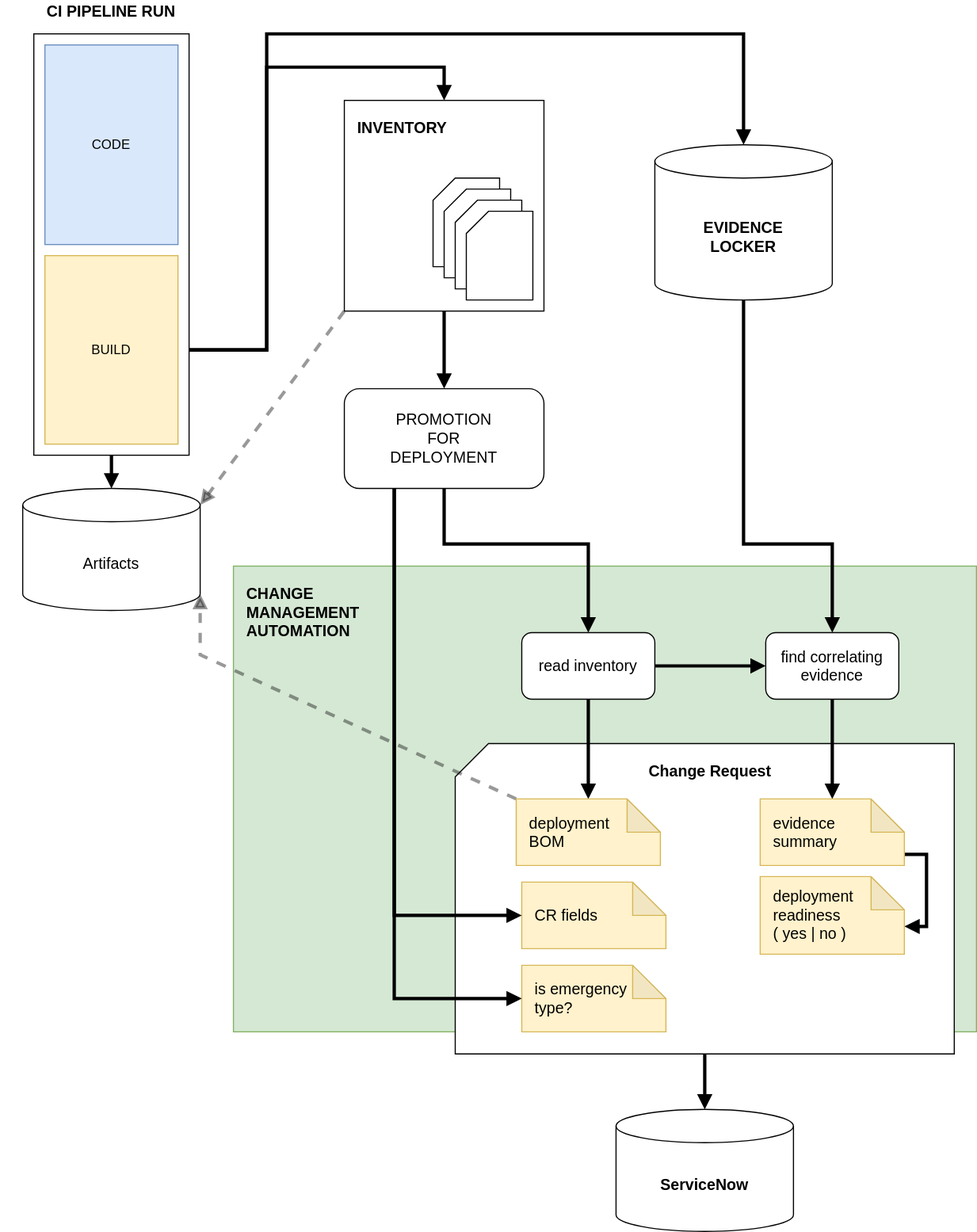
Before: images/data-flow.svg, a diagram exported from draw.io (ibm-cloud-docs/ContinuousDelivery). Source tidied: cells renumbered, new cells last; positions are measured from the earlier drawing's top-left corner, leaving out a move shared by most shapes. The source it was exported from:
```xml
<mxGraphModel>
  <root>
    <mxCell id="0" />
    <mxCell id="1" parent="0" />
    <mxCell id="2" value="CHANGE&lt;br&gt;MANAGEMENT&lt;br&gt;AUTOMATION" style="rounded=0;whiteSpace=wrap;html=1;fontSize=14;fontStyle=1;align=left;verticalAlign=top;spacingTop=10;spacingLeft=10;spacingRight=10;spacingBottom=10;fillColor=#d5e8d4;strokeColor=#82b366;" parent="1" vertex="1">
      <mxGeometry x="210" y="510" width="670" height="420" as="geometry" />
    </mxCell>
    <mxCell id="3" style="edgeStyle=orthogonalEdgeStyle;rounded=0;jettySize=auto;html=1;exitX=0.5;exitY=1;exitDx=0;exitDy=0;exitPerimeter=0;entryX=0.5;entryY=0;entryDx=0;entryDy=0;entryPerimeter=0;endArrow=block;endFill=1;strokeWidth=3;fontSize=14;" parent="1" edge="1" source="4" target="38">
      <mxGeometry relative="1" as="geometry" />
    </mxCell>
    <mxCell id="4" value="Change Request" style="shape=card;whiteSpace=wrap;html=1;fontSize=14;align=center;verticalAlign=top;spacingTop=10;spacingLeft=10;fontStyle=1;" parent="1" vertex="1">
      <mxGeometry x="410" y="670" width="450" height="280" as="geometry" />
    </mxCell>
    <mxCell id="5" style="edgeStyle=orthogonalEdgeStyle;rounded=0;jettySize=auto;html=1;exitX=1;exitY=0.75;exitDx=0;exitDy=0;entryX=0.5;entryY=0;entryDx=0;entryDy=0;entryPerimeter=0;fontSize=14;strokeWidth=3;endArrow=block;endFill=1;" parent="1" edge="1" source="8" target="12">
      <mxGeometry relative="1" as="geometry">
        <Array as="points">
          <mxPoint x="240" y="315" />
          <mxPoint x="240" y="30" />
          <mxPoint x="670" y="30" />
        </Array>
      </mxGeometry>
    </mxCell>
    <mxCell id="6" style="edgeStyle=orthogonalEdgeStyle;rounded=0;jettySize=auto;html=1;exitX=1;exitY=0.75;exitDx=0;exitDy=0;entryX=0.5;entryY=0;entryDx=0;entryDy=0;fontSize=14;strokeWidth=3;endArrow=block;endFill=1;" parent="1" edge="1" source="8" target="14">
      <mxGeometry relative="1" as="geometry">
        <Array as="points">
          <mxPoint x="240" y="315" />
          <mxPoint x="240" y="60" />
          <mxPoint x="400" y="60" />
        </Array>
      </mxGeometry>
    </mxCell>
    <mxCell id="7" style="edgeStyle=orthogonalEdgeStyle;rounded=0;jettySize=auto;html=1;exitX=0.5;exitY=1;exitDx=0;exitDy=0;entryX=0.5;entryY=0;entryDx=0;entryDy=0;entryPerimeter=0;endArrow=block;endFill=1;strokeWidth=3;fontSize=14;" parent="1" edge="1" source="8" target="30">
      <mxGeometry relative="1" as="geometry" />
    </mxCell>
    <mxCell id="8" style="rounded=0;whiteSpace=wrap;html=1;" parent="1" vertex="1">
      <mxGeometry x="30" y="30" width="140" height="380" as="geometry" />
    </mxCell>
    <mxCell id="9" value="CODE" style="rounded=0;whiteSpace=wrap;html=1;fillColor=#dae8fc;strokeColor=#6c8ebf;" parent="1" vertex="1">
      <mxGeometry x="40" y="40" width="120" height="180" as="geometry" />
    </mxCell>
    <mxCell id="10" value="BUILD" style="rounded=0;whiteSpace=wrap;html=1;fillColor=#fff2cc;strokeColor=#d6b656;" parent="1" vertex="1">
      <mxGeometry x="40" y="230" width="120" height="170" as="geometry" />
    </mxCell>
    <mxCell id="11" style="edgeStyle=orthogonalEdgeStyle;rounded=0;jettySize=auto;html=1;exitX=0.5;exitY=1;exitDx=0;exitDy=0;exitPerimeter=0;entryX=0.5;entryY=0;entryDx=0;entryDy=0;fontSize=14;strokeWidth=3;endArrow=block;endFill=1;" parent="1" edge="1" source="12" target="25">
      <mxGeometry relative="1" as="geometry">
        <Array as="points">
          <mxPoint x="670" y="490" />
          <mxPoint x="750" y="490" />
        </Array>
      </mxGeometry>
    </mxCell>
    <mxCell id="12" value="EVIDENCE&lt;br style=&quot;font-size: 14px;&quot;&gt;LOCKER" style="shape=cylinder3;whiteSpace=wrap;html=1;boundedLbl=1;backgroundOutline=1;size=15;fontSize=14;fontStyle=1;" parent="1" vertex="1">
      <mxGeometry x="590" y="130" width="160" height="140" as="geometry" />
    </mxCell>
    <mxCell id="13" style="group;" parent="1" vertex="1">
      <mxGeometry x="310" y="90" width="180" height="190" as="geometry" />
    </mxCell>
    <mxCell id="14" value="INVENTORY" style="rounded=0;whiteSpace=wrap;html=1;verticalAlign=top;align=left;spacingTop=10;spacingLeft=10;spacingRight=10;spacingBottom=10;fontStyle=1;fontSize=14;" parent="13" vertex="1">
      <mxGeometry width="180" height="190" as="geometry" />
    </mxCell>
    <mxCell id="15" style="shape=card;whiteSpace=wrap;html=1;size=20;" parent="13" vertex="1">
      <mxGeometry x="80" y="70" width="60" height="80" as="geometry" />
    </mxCell>
    <mxCell id="16" style="shape=card;whiteSpace=wrap;html=1;size=20;" parent="13" vertex="1">
      <mxGeometry x="90" y="80" width="60" height="80" as="geometry" />
    </mxCell>
    <mxCell id="17" style="shape=card;whiteSpace=wrap;html=1;size=20;" parent="13" vertex="1">
      <mxGeometry x="100" y="90" width="60" height="80" as="geometry" />
    </mxCell>
    <mxCell id="18" style="shape=card;whiteSpace=wrap;html=1;size=20;" parent="13" vertex="1">
      <mxGeometry x="110" y="100" width="60" height="80" as="geometry" />
    </mxCell>
    <mxCell id="19" value="CI PIPELINE RUN" style="text;html=1;strokeColor=none;fillColor=none;align=center;verticalAlign=middle;whiteSpace=wrap;rounded=0;fontSize=14;fontStyle=1;" parent="1" vertex="1">
      <mxGeometry width="200" height="20" as="geometry" />
    </mxCell>
    <mxCell id="20" style="edgeStyle=orthogonalEdgeStyle;rounded=0;jettySize=auto;html=1;exitX=1;exitY=0.5;exitDx=0;exitDy=0;entryX=0;entryY=0.5;entryDx=0;entryDy=0;endArrow=block;endFill=1;strokeWidth=3;fontSize=14;" parent="1" edge="1" source="22" target="25">
      <mxGeometry relative="1" as="geometry" />
    </mxCell>
    <mxCell id="21" style="edgeStyle=orthogonalEdgeStyle;rounded=0;jettySize=auto;html=1;exitX=0.5;exitY=1;exitDx=0;exitDy=0;entryX=0.5;entryY=0;entryDx=0;entryDy=0;entryPerimeter=0;endArrow=block;endFill=1;strokeWidth=3;fontSize=14;" parent="1" edge="1" source="22" target="27">
      <mxGeometry relative="1" as="geometry" />
    </mxCell>
    <mxCell id="22" value="read inventory" style="rounded=1;whiteSpace=wrap;html=1;fontSize=14;align=center;" parent="1" vertex="1">
      <mxGeometry x="470" y="570" width="120" height="60" as="geometry" />
    </mxCell>
    <mxCell id="23" style="edgeStyle=orthogonalEdgeStyle;rounded=0;jettySize=auto;html=1;exitX=0.5;exitY=1;exitDx=0;exitDy=0;entryX=0.5;entryY=0;entryDx=0;entryDy=0;fontSize=14;strokeWidth=3;endArrow=block;endFill=1;" parent="1" edge="1" source="37" target="22">
      <mxGeometry relative="1" as="geometry">
        <Array as="points">
          <mxPoint x="400" y="490" />
          <mxPoint x="530" y="490" />
        </Array>
      </mxGeometry>
    </mxCell>
    <mxCell id="24" style="edgeStyle=orthogonalEdgeStyle;rounded=0;jettySize=auto;html=1;exitX=0.5;exitY=1;exitDx=0;exitDy=0;entryX=0.5;entryY=0;entryDx=0;entryDy=0;entryPerimeter=0;endArrow=block;endFill=1;strokeWidth=3;fontSize=14;" parent="1" edge="1" source="25" target="29">
      <mxGeometry relative="1" as="geometry" />
    </mxCell>
    <mxCell id="25" value="find correlating evidence" style="rounded=1;whiteSpace=wrap;html=1;fontSize=14;align=center;" parent="1" vertex="1">
      <mxGeometry x="690" y="570" width="120" height="60" as="geometry" />
    </mxCell>
    <mxCell id="26" style="edgeStyle=none;rounded=0;jettySize=auto;html=1;exitX=0;exitY=0;exitDx=0;exitDy=0;exitPerimeter=0;entryX=1;entryY=1;entryDx=0;entryDy=-15;entryPerimeter=0;dashed=1;endArrow=block;endFill=1;strokeWidth=3;fontSize=14;opacity=40;" parent="1" edge="1" source="27" target="30">
      <mxGeometry relative="1" as="geometry">
        <Array as="points">
          <mxPoint x="180" y="590" />
        </Array>
      </mxGeometry>
    </mxCell>
    <mxCell id="27" value="deployment&lt;br&gt;BOM" style="shape=note;whiteSpace=wrap;html=1;backgroundOutline=1;darkOpacity=0.05;fontSize=14;align=left;spacingLeft=10;fillColor=#fff2cc;strokeColor=#d6b656;" parent="1" vertex="1">
      <mxGeometry x="465" y="720" width="130" height="60" as="geometry" />
    </mxCell>
    <mxCell id="28" style="edgeStyle=orthogonalEdgeStyle;rounded=0;jettySize=auto;html=1;exitX=0;exitY=0;exitDx=130;exitDy=50;exitPerimeter=0;entryX=0;entryY=0;entryDx=130;entryDy=45;entryPerimeter=0;endArrow=block;endFill=1;strokeWidth=3;fontSize=14;" parent="1" edge="1" source="29" target="31">
      <mxGeometry relative="1" as="geometry" />
    </mxCell>
    <mxCell id="29" value="evidence&lt;br&gt;summary" style="shape=note;whiteSpace=wrap;html=1;backgroundOutline=1;darkOpacity=0.05;fontSize=14;align=left;spacingLeft=10;fillColor=#fff2cc;strokeColor=#d6b656;" parent="1" vertex="1">
      <mxGeometry x="685" y="720" width="130" height="60" as="geometry" />
    </mxCell>
    <mxCell id="30" value="Artifacts" style="shape=cylinder3;whiteSpace=wrap;html=1;boundedLbl=1;backgroundOutline=1;size=15;fontSize=14;align=center;" parent="1" vertex="1">
      <mxGeometry x="20" y="440" width="160" height="110" as="geometry" />
    </mxCell>
    <mxCell id="31" value="deployment&lt;br&gt;readiness &lt;br&gt;( yes | no )" style="shape=note;whiteSpace=wrap;html=1;backgroundOutline=1;darkOpacity=0.05;fontSize=14;align=left;spacingLeft=10;fillColor=#fff2cc;strokeColor=#d6b656;" parent="1" vertex="1">
      <mxGeometry x="685" y="790" width="130" height="70" as="geometry" />
    </mxCell>
    <mxCell id="32" style="edgeStyle=orthogonalEdgeStyle;rounded=0;jettySize=auto;html=1;exitX=0.5;exitY=1;exitDx=0;exitDy=0;entryX=0.5;entryY=0;entryDx=0;entryDy=0;fontSize=14;strokeWidth=3;endArrow=block;endFill=1;" parent="1" edge="1" source="14" target="37">
      <mxGeometry relative="1" as="geometry" />
    </mxCell>
    <mxCell id="33" value="CR fields" style="shape=note;whiteSpace=wrap;html=1;backgroundOutline=1;darkOpacity=0.05;fontSize=14;align=left;spacingLeft=10;fillColor=#fff2cc;strokeColor=#d6b656;" parent="1" vertex="1">
      <mxGeometry x="470" y="795" width="130" height="60" as="geometry" />
    </mxCell>
    <mxCell id="34" value="is emergency type?" style="shape=note;whiteSpace=wrap;html=1;backgroundOutline=1;darkOpacity=0.05;fontSize=14;align=left;spacingLeft=10;fillColor=#fff2cc;strokeColor=#d6b656;" parent="1" vertex="1">
      <mxGeometry x="470" y="870" width="130" height="60" as="geometry" />
    </mxCell>
    <mxCell id="35" style="edgeStyle=orthogonalEdgeStyle;rounded=0;jettySize=auto;html=1;exitX=0.25;exitY=1;exitDx=0;exitDy=0;entryX=0;entryY=0.5;entryDx=0;entryDy=0;entryPerimeter=0;endArrow=block;endFill=1;strokeWidth=3;fontSize=14;" parent="1" edge="1" source="37" target="33">
      <mxGeometry relative="1" as="geometry" />
    </mxCell>
    <mxCell id="36" style="edgeStyle=orthogonalEdgeStyle;rounded=0;jettySize=auto;html=1;exitX=0.25;exitY=1;exitDx=0;exitDy=0;entryX=0;entryY=0.5;entryDx=0;entryDy=0;entryPerimeter=0;endArrow=block;endFill=1;strokeWidth=3;fontSize=14;" parent="1" edge="1" source="37" target="34">
      <mxGeometry relative="1" as="geometry" />
    </mxCell>
    <mxCell id="37" value="PROMOTION&lt;br&gt;FOR&lt;br&gt;DEPLOYMENT" style="rounded=1;whiteSpace=wrap;html=1;fontSize=14;align=center;" parent="1" vertex="1">
      <mxGeometry x="310" y="350" width="180" height="90" as="geometry" />
    </mxCell>
    <mxCell id="38" value="ServiceNow" style="shape=cylinder3;whiteSpace=wrap;html=1;boundedLbl=1;backgroundOutline=1;size=15;fontSize=14;align=center;fontStyle=1;" parent="1" vertex="1">
      <mxGeometry x="555" y="1000" width="160" height="110" as="geometry" />
    </mxCell>
    <mxCell id="39" style="rounded=0;jettySize=auto;html=1;exitX=0;exitY=1;exitDx=0;exitDy=0;entryX=1;entryY=0;entryDx=0;entryDy=15;entryPerimeter=0;endArrow=block;endFill=1;strokeWidth=3;fontSize=14;dashed=1;opacity=40;" parent="1" edge="1" source="14" target="30">
      <mxGeometry relative="1" as="geometry" />
    </mxCell>
  </root>
</mxGraphModel>
```
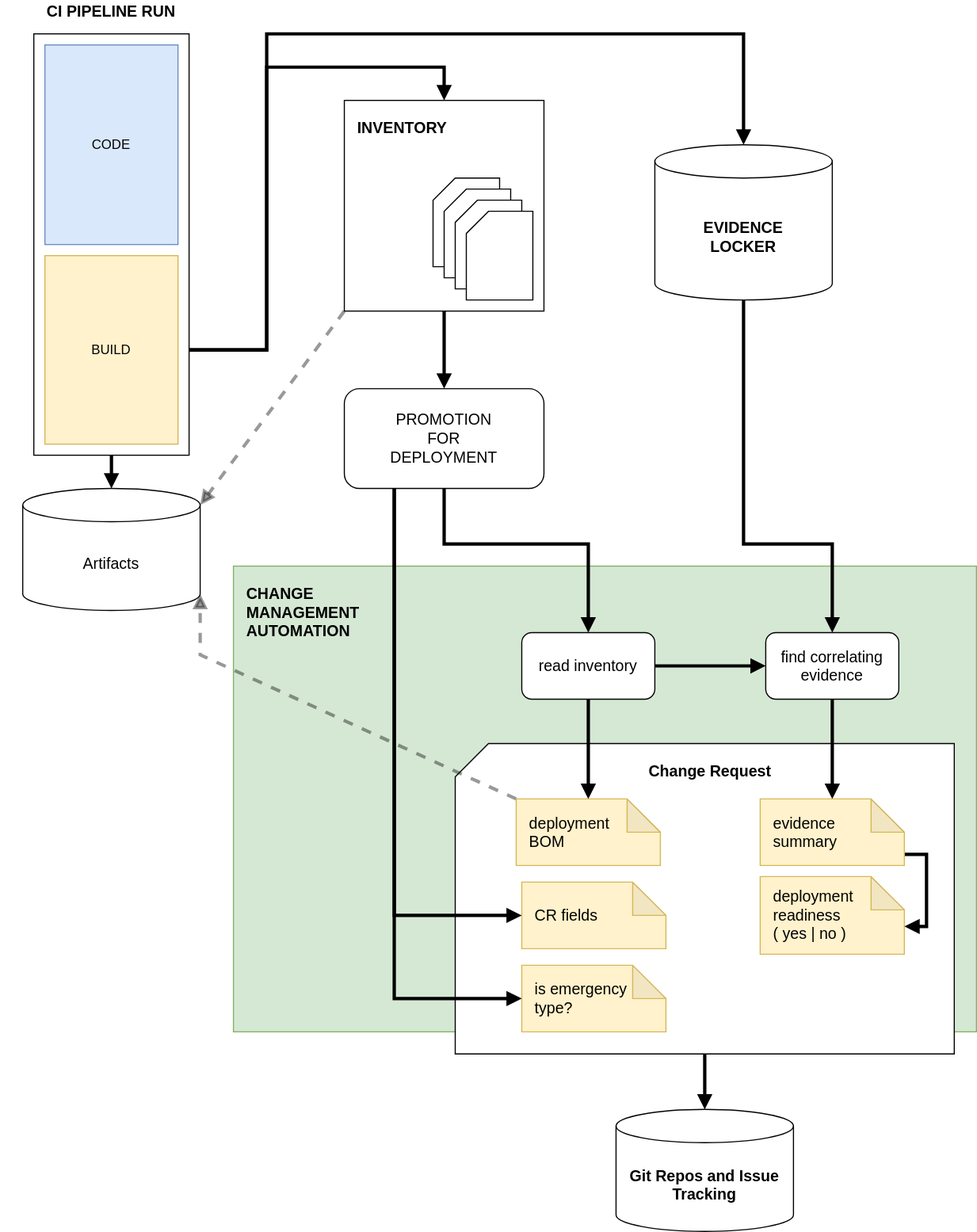
The same diagram one commit later.

Diff of the diagram source:
```diff
@@ -136,7 +136,7 @@
     <mxCell id="37" value="PROMOTION&lt;br&gt;FOR&lt;br&gt;DEPLOYMENT" style="rounded=1;whiteSpace=wrap;html=1;fontSize=14;align=center;" parent="1" vertex="1">
       <mxGeometry x="310" y="350" width="180" height="90" as="geometry" />
     </mxCell>
-    <mxCell id="38" value="ServiceNow" style="shape=cylinder3;whiteSpace=wrap;html=1;boundedLbl=1;backgroundOutline=1;size=15;fontSize=14;align=center;fontStyle=1;" parent="1" vertex="1">
+    <mxCell id="38" value="Git Repos and Issue Tracking" style="shape=cylinder3;whiteSpace=wrap;html=1;boundedLbl=1;backgroundOutline=1;size=15;fontSize=14;align=center;fontStyle=1;" parent="1" vertex="1">
       <mxGeometry x="555" y="1000" width="160" height="110" as="geometry" />
     </mxCell>
     <mxCell id="39" style="rounded=0;jettySize=auto;html=1;exitX=0;exitY=1;exitDx=0;exitDy=0;entryX=1;entryY=0;entryDx=0;entryDy=15;entryPerimeter=0;endArrow=block;endFill=1;strokeWidth=3;fontSize=14;dashed=1;opacity=40;" parent="1" edge="1" source="14" target="30">
```
